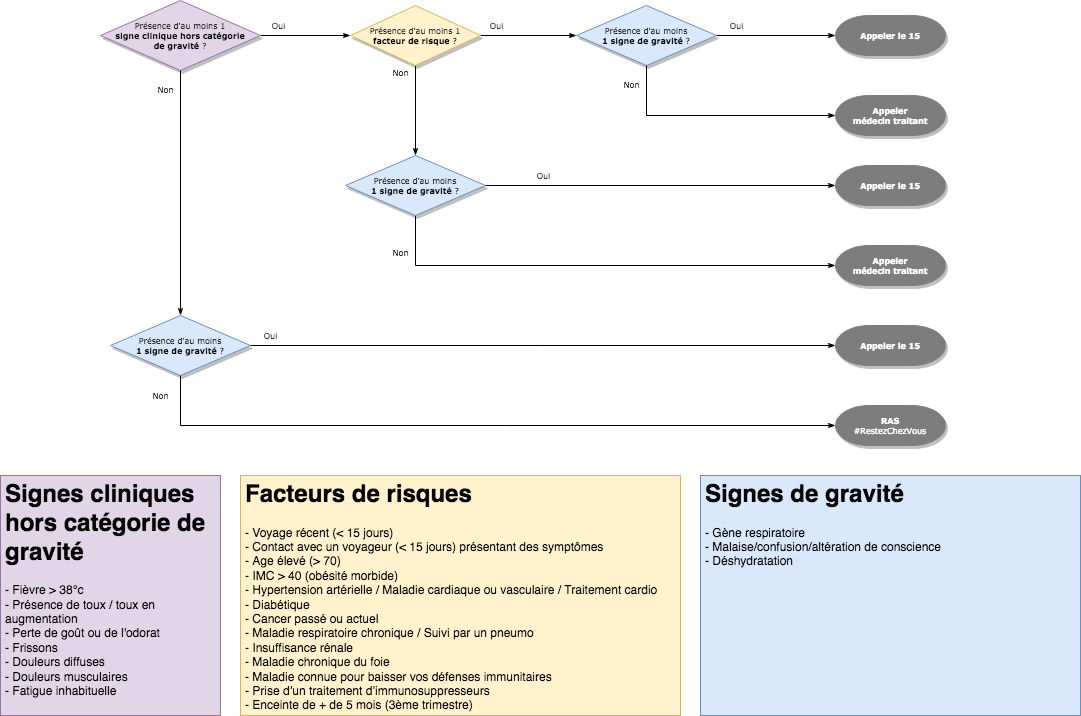
NCITNoumea/COVIDiag.nc keeps this draw.io diagram as doc/COVIDiag.nc-ModeCategories-ArbreDecision.png. Above is the earlier version. Source tidied: cells renumbered, new cells last; positions are measured from the earlier drawing's top-left corner, leaving out a move shared by most shapes.
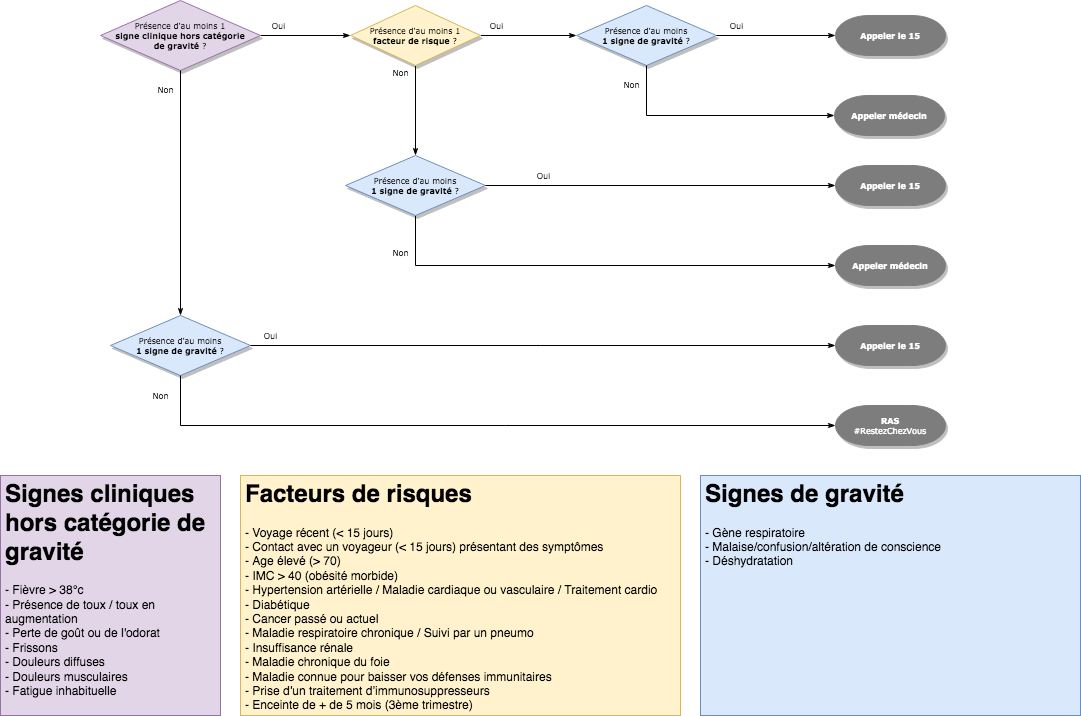
The same diagram one commit later.

The edit, as a diff of the source:
```diff
@@ -40,7 +40,7 @@
     <mxCell id="11" value="&lt;h1&gt;Signes cliniques hors catégorie de gravité &lt;br&gt;&lt;/h1&gt;&lt;div&gt;&lt;div&gt;- Fièvre &amp;gt; 38°c&lt;/div&gt;- Présence de toux / toux en augmentation&lt;/div&gt;&lt;div&gt;&lt;div&gt;- Perte de goût ou de l'odorat&lt;/div&gt;&lt;/div&gt;&lt;div&gt;- Frissons&lt;/div&gt;&lt;div&gt;- Douleurs diffuses&lt;/div&gt;&lt;div&gt;- Douleurs musculaires&lt;/div&gt;&lt;div&gt;- Fatigue inhabituelle&lt;br&gt;&lt;/div&gt;" style="text;html=1;strokeColor=#9673a6;fillColor=#e1d5e7;spacing=5;spacingTop=-20;whiteSpace=wrap;overflow=hidden;rounded=0;" parent="1" vertex="1">
       <mxGeometry y="475" width="220" height="240" as="geometry" />
     </mxCell>
-    <mxCell id="12" value="&lt;div&gt;&lt;b&gt;Appeler&lt;br&gt;&lt;/b&gt;&lt;/div&gt;&lt;div&gt;&lt;b&gt;médecin traitant&lt;/b&gt;&lt;/div&gt;" style="strokeWidth=1;html=1;shape=mxgraph.flowchart.terminator;whiteSpace=wrap;rounded=0;shadow=1;labelBackgroundColor=none;fontFamily=Verdana;fontSize=8;align=center;fillColor=#7D7D7D;strokeColor=#7D7D7D;fontColor=#FFFFFF;" parent="1" vertex="1">
+    <mxCell id="12" value="&lt;div&gt;&lt;b&gt;Appeler médecin&lt;br&gt;&lt;/b&gt;&lt;/div&gt;" style="strokeWidth=1;html=1;shape=mxgraph.flowchart.terminator;whiteSpace=wrap;rounded=0;shadow=1;labelBackgroundColor=none;fontFamily=Verdana;fontSize=8;align=center;fillColor=#7D7D7D;strokeColor=#7D7D7D;fontColor=#FFFFFF;" parent="1" vertex="1">
       <mxGeometry x="835" y="245" width="110" height="40" as="geometry" />
     </mxCell>
     <mxCell id="13" value="&lt;div&gt;Présence d'au moins 1 &lt;br&gt;&lt;/div&gt;&lt;div&gt;&lt;b&gt;facteur de risque&lt;/b&gt; ? &lt;br&gt;&lt;/div&gt;" style="rhombus;whiteSpace=wrap;html=1;rounded=0;shadow=1;labelBackgroundColor=none;strokeWidth=1;fontFamily=Verdana;fontSize=8;align=center;fillColor=#fff2cc;strokeColor=#d6b656;" parent="1" vertex="1">
@@ -52,8 +52,8 @@
     <mxCell id="15" value="Oui" style="edgeStyle=orthogonalEdgeStyle;rounded=0;html=1;labelBackgroundColor=none;startSize=5;endArrow=classicThin;endFill=1;endSize=5;jettySize=auto;strokeWidth=1;fontFamily=Verdana;fontSize=8;entryX=0;entryY=0.5;entryDx=0;entryDy=0;exitX=1;exitY=0.5;exitDx=0;exitDy=0;entryPerimeter=0;" parent="1" edge="1" source="14" target="8">
       <mxGeometry x="-0.67" y="10" relative="1" as="geometry" />
     </mxCell>
-    <mxCell id="16" value="&lt;div&gt;&lt;b&gt;Appeler&lt;br&gt;&lt;/b&gt;&lt;/div&gt;&lt;div&gt;&lt;b&gt;médecin traitant&lt;/b&gt;&lt;/div&gt;" style="strokeWidth=1;html=1;shape=mxgraph.flowchart.terminator;whiteSpace=wrap;rounded=0;shadow=1;labelBackgroundColor=none;fontFamily=Verdana;fontSize=8;align=center;fillColor=#7D7D7D;strokeColor=#7D7D7D;fontColor=#FFFFFF;" parent="1" vertex="1">
-      <mxGeometry x="835" y="95" width="110" height="40" as="geometry" />
+    <mxCell id="16" value="&lt;div&gt;&lt;b&gt;Appeler médecin&lt;br&gt;&lt;/b&gt;&lt;/div&gt;" style="strokeWidth=1;html=1;shape=mxgraph.flowchart.terminator;whiteSpace=wrap;rounded=0;shadow=1;labelBackgroundColor=none;fontFamily=Verdana;fontSize=8;align=center;fillColor=#7D7D7D;strokeColor=#7D7D7D;fontColor=#FFFFFF;" parent="1" vertex="1">
+      <mxGeometry x="834" y="95" width="110" height="40" as="geometry" />
     </mxCell>
     <mxCell id="17" value="&lt;div&gt;Non&lt;/div&gt;" style="edgeStyle=orthogonalEdgeStyle;rounded=0;html=1;labelBackgroundColor=none;startSize=5;endArrow=classicThin;endFill=1;endSize=5;jettySize=auto;strokeWidth=1;fontFamily=Verdana;fontSize=8;exitX=0.5;exitY=1;exitDx=0;exitDy=0;entryX=0;entryY=0.5;entryDx=0;entryDy=0;entryPerimeter=0;" parent="1" edge="1" source="14" target="16">
       <mxGeometry x="-0.84" y="-15" relative="1" as="geometry" />
```
